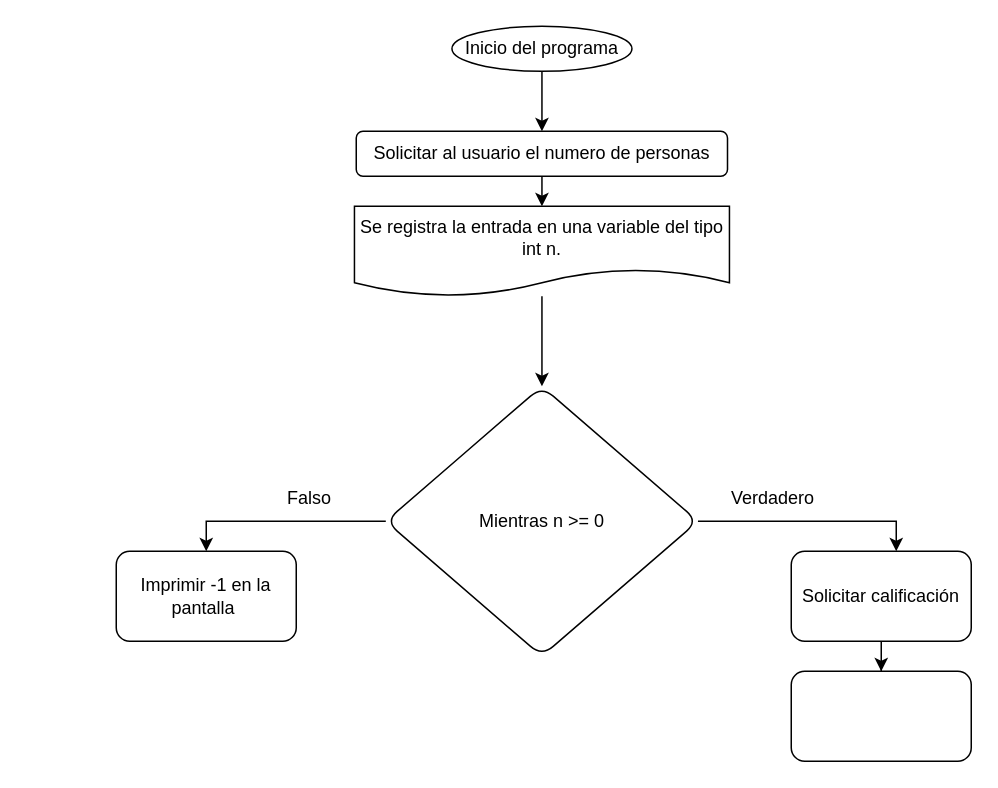
Earlier version of the draw.io diagram ICC/Tarea_3ICC.drawio (GabrielGaytan04/TrabajosCarrera). Source tidied: cells renumbered, new cells numbered last; positions are measured from the earlier drawing's top-left corner, leaving out a move shared by most shapes. Both pictures are drawn from the tidied source at 150%, with x=0, y=0 at pixel (116, 26).
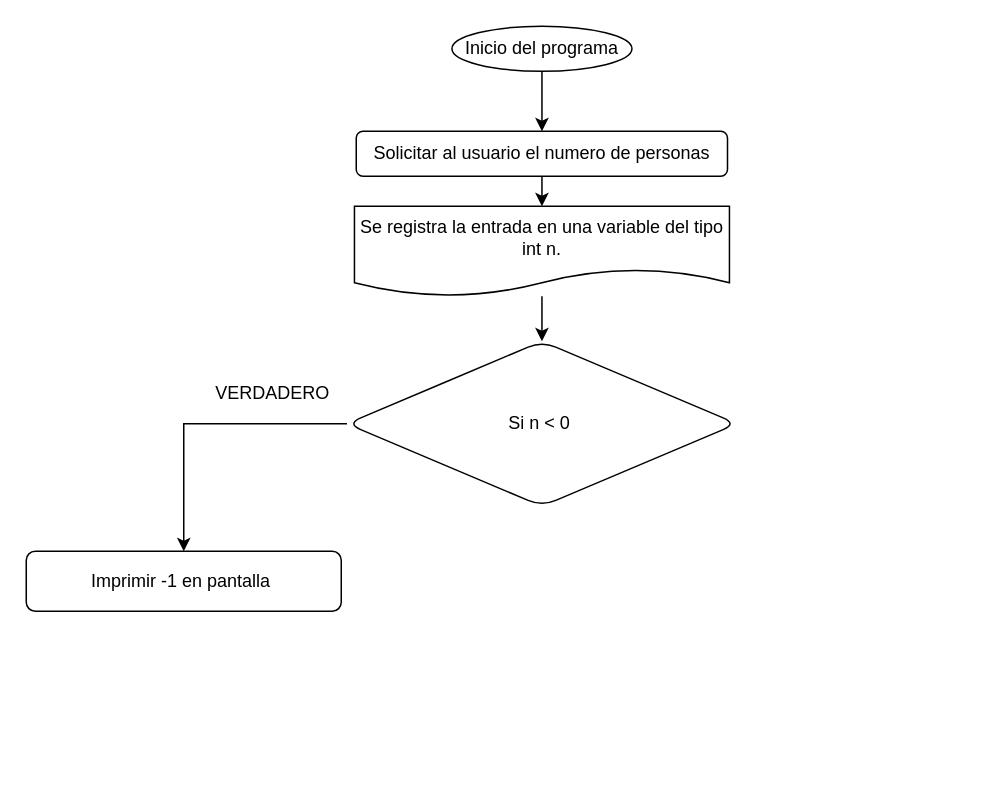
The same page after the edit.

What changed in the source:
```diff
@@
 <mxGraphModel>
   <root>
     <mxCell id="0" />
     <mxCell id="1" parent="0" />
     <mxCell id="2" style="edgeStyle=orthogonalEdgeStyle;rounded=0;jettySize=auto;html=1;" parent="1" edge="1" source="3" target="5">
       <mxGeometry relative="1" as="geometry" />
     </mxCell>
     <mxCell id="3" value="Inicio del programa" style="ellipse;whiteSpace=wrap;html=1;" parent="1" vertex="1">
       <mxGeometry x="223.8" width="120" height="30" as="geometry" />
     </mxCell>
     <mxCell id="4" style="edgeStyle=orthogonalEdgeStyle;rounded=0;jettySize=auto;html=1;" parent="1" edge="1" source="5" target="7">
       <mxGeometry relative="1" as="geometry" />
     </mxCell>
     <mxCell id="5" value="Solicitar al usuario el numero de personas" style="rounded=1;whiteSpace=wrap;html=1;" parent="1" vertex="1">
       <mxGeometry x="160" y="70" width="247.5" height="30" as="geometry" />
     </mxCell>
-    <mxCell id="6" style="edgeStyle=orthogonalEdgeStyle;rounded=0;jettySize=auto;html=1;" parent="1" edge="1" source="7" target="10">
-      <mxGeometry relative="1" as="geometry" />
-    </mxCell>
+    <mxCell id="17" style="edgeStyle=orthogonalEdgeStyle;rounded=0;jettySize=auto;html=1;" parent="1" edge="1" source="7" target="19">
+      <mxGeometry relative="1" as="geometry" />
+    </mxCell>
     <mxCell id="7" value="Se registra la entrada en una variable del tipo int n." style="shape=document;whiteSpace=wrap;html=1;boundedLbl=1;rounded=1;" parent="1" vertex="1">
       <mxGeometry x="158.8" y="120" width="250" height="60" as="geometry" />
     </mxCell>
-    <mxCell id="8" style="edgeStyle=orthogonalEdgeStyle;rounded=0;jettySize=auto;html=1;" parent="1" edge="1" source="10" target="12">
-      <mxGeometry relative="1" as="geometry">
-        <Array as="points">
-          <mxPoint x="520" y="330" />
-        </Array>
-      </mxGeometry>
-    </mxCell>
-    <mxCell id="9" style="edgeStyle=orthogonalEdgeStyle;rounded=0;jettySize=auto;html=1;entryX=0.5;entryY=0;entryDx=0;entryDy=0;" parent="1" edge="1" source="10" target="13">
-      <mxGeometry relative="1" as="geometry">
-        <Array as="points">
-          <mxPoint x="60" y="330" />
-        </Array>
-      </mxGeometry>
-    </mxCell>
-    <mxCell id="10" value="Mientras n &amp;gt;= 0" style="rhombus;whiteSpace=wrap;html=1;rounded=1;" parent="1" vertex="1">
-      <mxGeometry x="179.7" y="240" width="208.1" height="180" as="geometry" />
-    </mxCell>
-    <mxCell id="11" style="edgeStyle=orthogonalEdgeStyle;rounded=0;jettySize=auto;html=1;" parent="1" edge="1" source="12" target="16">
-      <mxGeometry relative="1" as="geometry" />
-    </mxCell>
-    <mxCell id="12" value="Solicitar calificación" style="whiteSpace=wrap;html=1;rounded=1;" parent="1" vertex="1">
-      <mxGeometry x="450" y="350" width="120" height="60" as="geometry" />
-    </mxCell>
-    <mxCell id="13" value="Imprimir -1 en la pantalla&amp;nbsp;" style="whiteSpace=wrap;html=1;rounded=1;" parent="1" vertex="1">
-      <mxGeometry y="350" width="120" height="60" as="geometry" />
-    </mxCell>
-    <mxCell id="14" value="Falso" style="text;html=1;align=center;verticalAlign=middle;whiteSpace=wrap;rounded=0;" parent="1" vertex="1">
-      <mxGeometry x="98.8" y="300" width="60" height="30" as="geometry" />
-    </mxCell>
-    <mxCell id="15" value="Verdadero" style="text;html=1;align=center;verticalAlign=middle;whiteSpace=wrap;rounded=0;" parent="1" vertex="1">
-      <mxGeometry x="407.5" y="300" width="60" height="30" as="geometry" />
-    </mxCell>
-    <mxCell id="16" style="whiteSpace=wrap;html=1;rounded=1;" parent="1" vertex="1">
-      <mxGeometry x="450" y="430" width="120" height="60" as="geometry" />
-    </mxCell>
+    <mxCell id="18" style="edgeStyle=orthogonalEdgeStyle;rounded=0;jettySize=auto;html=1;" parent="1" edge="1" source="19" target="20">
+      <mxGeometry relative="1" as="geometry" />
+    </mxCell>
+    <mxCell id="19" value="Si n &amp;lt; 0&amp;nbsp;" style="rhombus;whiteSpace=wrap;html=1;rounded=1;" parent="1" vertex="1">
+      <mxGeometry x="153.8" y="210" width="260" height="110" as="geometry" />
+    </mxCell>
+    <mxCell id="20" value="Imprimir -1 en pantalla&amp;nbsp;" style="whiteSpace=wrap;html=1;rounded=1;" parent="1" vertex="1">
+      <mxGeometry x="-60" y="350" width="210" height="40" as="geometry" />
+    </mxCell>
+    <mxCell id="21" value="VERDADERO" style="text;html=1;align=center;verticalAlign=middle;strokeColor=none;fillColor=none;" parent="1" vertex="1">
+      <mxGeometry x="53.8" y="230" width="100" height="30" as="geometry" />
+    </mxCell>
   </root>
 </mxGraphModel>
```
